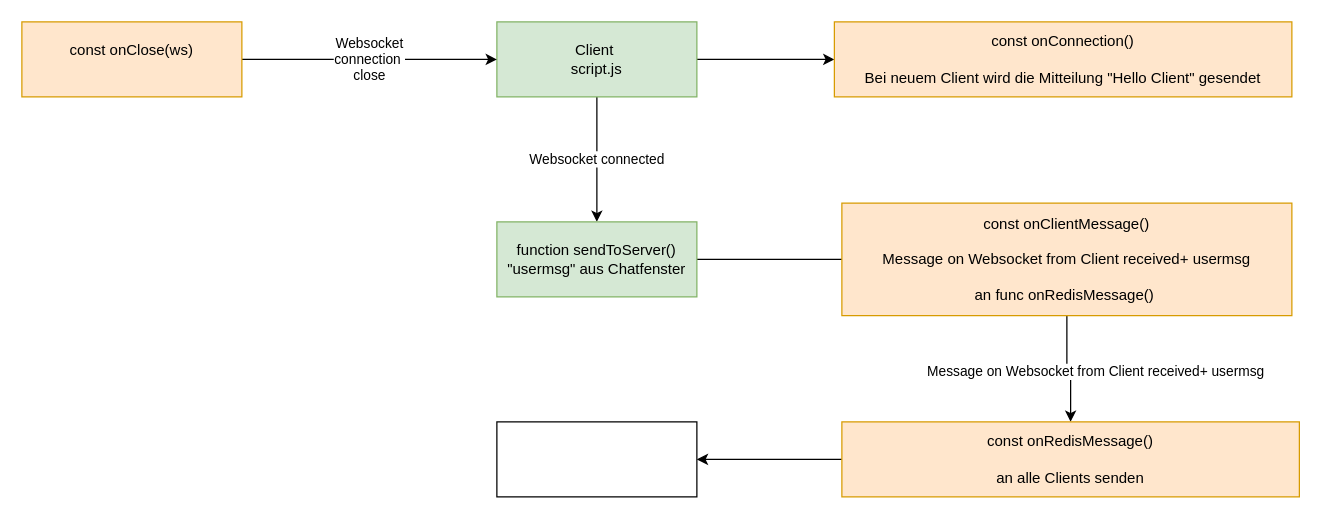
Chris-Ke-6/57_chat_app keeps this draw.io diagram as Prinzipschema.drawio. Above is the earlier version. Source tidied: cells renumbered, new cells numbered last; positions are measured from the earlier drawing's top-left corner, leaving out a move shared by most shapes. Both pictures are drawn from the tidied source at 125%, with x=0, y=0 at pixel (21, 21).
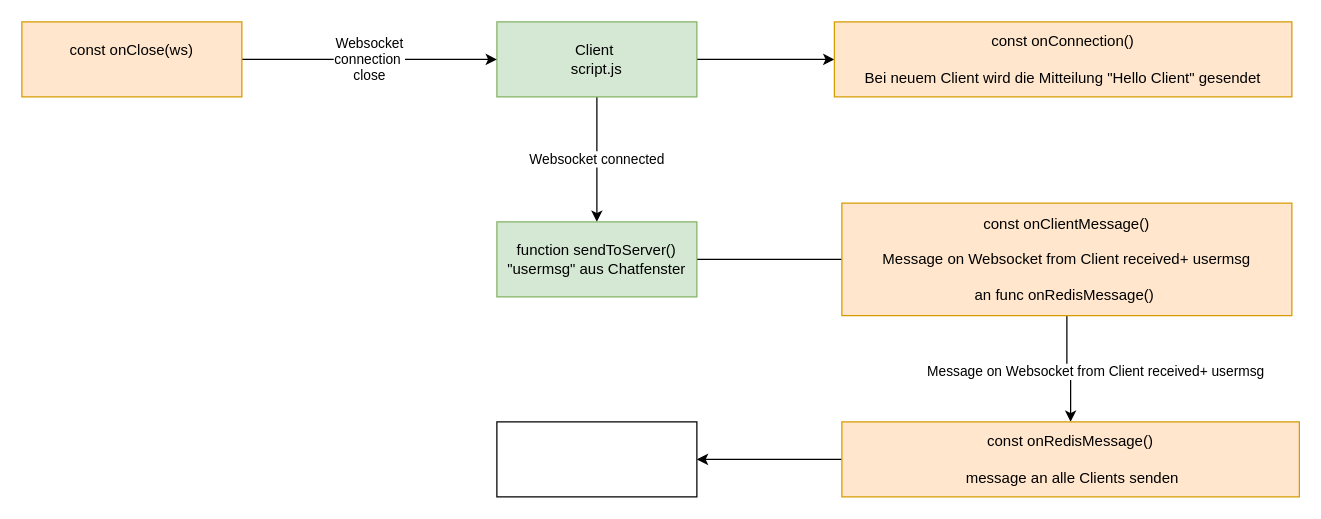
After the change.

The edit, as a diff of the source:
```diff
@@
 <mxGraphModel>
   <root>
     <mxCell id="0" />
     <mxCell id="1" parent="0" />
     <mxCell id="2" value="Websocket connected" style="edgeStyle=orthogonalEdgeStyle;rounded=0;jettySize=auto;html=1;entryX=0.5;entryY=0;entryDx=0;entryDy=0;" parent="1" edge="1" source="4" target="6">
       <mxGeometry relative="1" as="geometry" />
     </mxCell>
     <mxCell id="3" style="edgeStyle=orthogonalEdgeStyle;rounded=0;jettySize=auto;html=1;" parent="1" edge="1" source="4" target="12">
       <mxGeometry relative="1" as="geometry" />
     </mxCell>
     <mxCell id="4" value="Client&amp;nbsp;&lt;br&gt;script.js" style="rounded=0;whiteSpace=wrap;html=1;fillColor=#d5e8d4;strokeColor=#82b366;" parent="1" vertex="1">
       <mxGeometry x="380" width="160" height="60" as="geometry" />
     </mxCell>
     <mxCell id="5" style="edgeStyle=orthogonalEdgeStyle;rounded=0;jettySize=auto;html=1;exitX=1;exitY=0.5;exitDx=0;exitDy=0;entryX=0;entryY=0.5;entryDx=0;entryDy=0;" parent="1" edge="1" source="6" target="8">
       <mxGeometry relative="1" as="geometry">
         <Array as="points">
           <mxPoint x="700" y="190" />
           <mxPoint x="700" y="190" />
         </Array>
       </mxGeometry>
     </mxCell>
     <mxCell id="6" value="function sendToServer()&lt;br&gt;&quot;usermsg&quot; aus Chatfenster" style="rounded=0;whiteSpace=wrap;html=1;fillColor=#d5e8d4;strokeColor=#82b366;" parent="1" vertex="1">
       <mxGeometry x="380" y="160" width="160" height="60" as="geometry" />
     </mxCell>
     <mxCell id="7" value="Message on Websocket from Client received+ usermsg" style="edgeStyle=orthogonalEdgeStyle;rounded=0;jettySize=auto;html=1;" parent="1" edge="1" source="8" target="10">
       <mxGeometry x="0.08" y="20" relative="1" as="geometry" />
     </mxCell>
     <mxCell id="8" value="const onClientMessage()&lt;br&gt;&lt;br&gt;Message on Websocket from Client received+ usermsg&lt;br&gt;&lt;br&gt;an func onRedisMessage()&amp;nbsp;" style="rounded=0;whiteSpace=wrap;html=1;fillColor=#ffe6cc;strokeColor=#d79b00;" parent="1" vertex="1">
       <mxGeometry x="656" y="145" width="360" height="90" as="geometry" />
     </mxCell>
     <mxCell id="9" style="edgeStyle=orthogonalEdgeStyle;rounded=0;jettySize=auto;html=1;exitX=0;exitY=0.5;exitDx=0;exitDy=0;entryX=1;entryY=0.5;entryDx=0;entryDy=0;" parent="1" edge="1" source="10" target="11">
       <mxGeometry relative="1" as="geometry" />
     </mxCell>
-    <mxCell id="10" value="const onRedisMessage()&lt;br&gt;&lt;br&gt;an alle Clients senden" style="rounded=0;whiteSpace=wrap;html=1;fillColor=#ffe6cc;strokeColor=#d79b00;" parent="1" vertex="1">
+    <mxCell id="10" value="const onRedisMessage()&lt;br&gt;&lt;br&gt;&amp;nbsp;message an alle Clients senden" style="rounded=0;whiteSpace=wrap;html=1;fillColor=#ffe6cc;strokeColor=#d79b00;" parent="1" vertex="1">
       <mxGeometry x="656" y="320" width="366" height="60" as="geometry" />
     </mxCell>
     <mxCell id="11" style="rounded=0;whiteSpace=wrap;html=1;" parent="1" vertex="1">
       <mxGeometry x="380" y="320" width="160" height="60" as="geometry" />
     </mxCell>
     <mxCell id="12" value="const onConnection()&lt;br&gt;&lt;br&gt;Bei neuem Client wird die Mitteilung &quot;Hello Client&quot; gesendet&lt;br&gt;" style="rounded=0;whiteSpace=wrap;html=1;fillColor=#ffe6cc;strokeColor=#d79b00;" parent="1" vertex="1">
       <mxGeometry x="650" width="366" height="60" as="geometry" />
     </mxCell>
     <mxCell id="13" value="Websocket &lt;br&gt;connection&amp;nbsp;&lt;br&gt;close" style="edgeStyle=orthogonalEdgeStyle;rounded=0;jettySize=auto;html=1;" parent="1" edge="1" source="14" target="4">
       <mxGeometry relative="1" as="geometry" />
     </mxCell>
     <mxCell id="14" value="const onClose(ws)&lt;br&gt;&lt;br&gt;" style="rounded=0;whiteSpace=wrap;html=1;fillColor=#ffe6cc;strokeColor=#d79b00;" parent="1" vertex="1">
       <mxGeometry width="176" height="60" as="geometry" />
     </mxCell>
   </root>
 </mxGraphModel>
```
